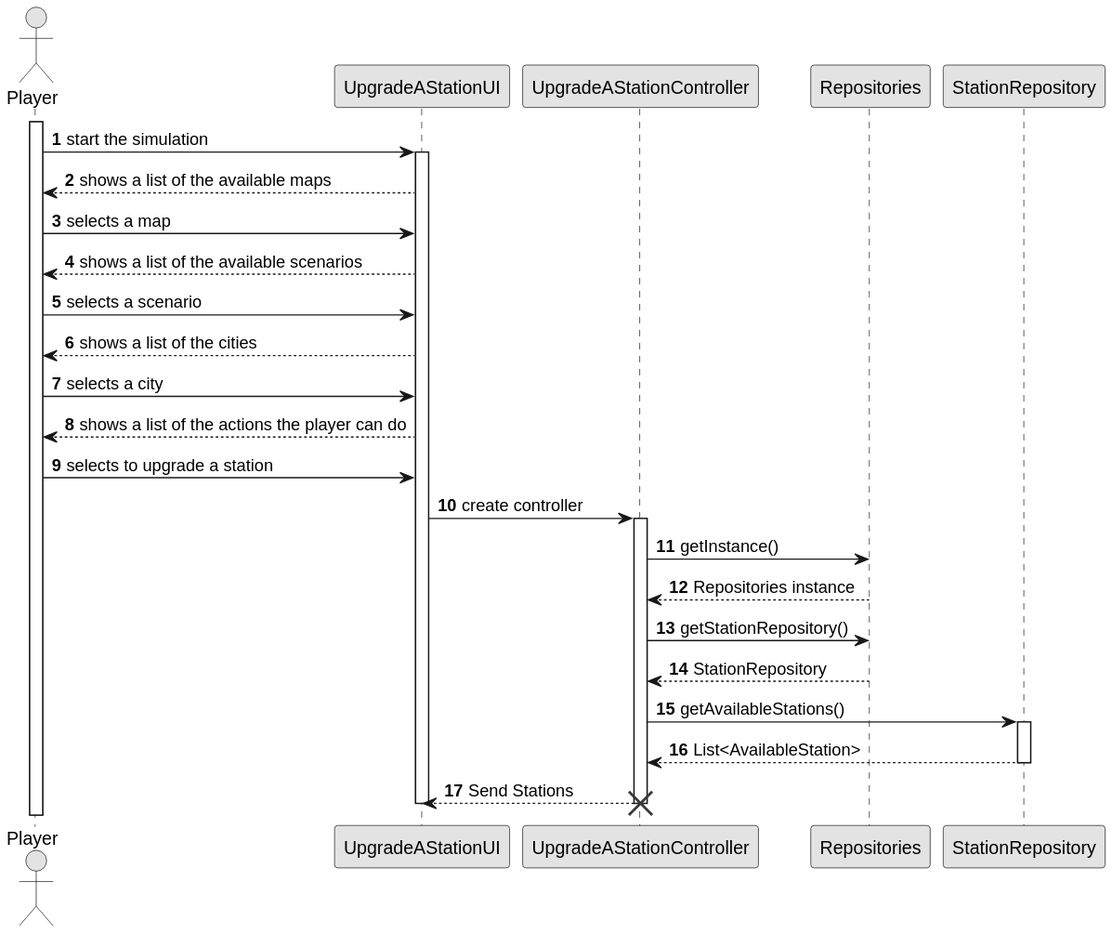
The PlantUML diagram docs/sprint2/us006/03.design/svg/us006-sequence-diagram-full.svg in ivasduarte/all-aboard, before a commit.
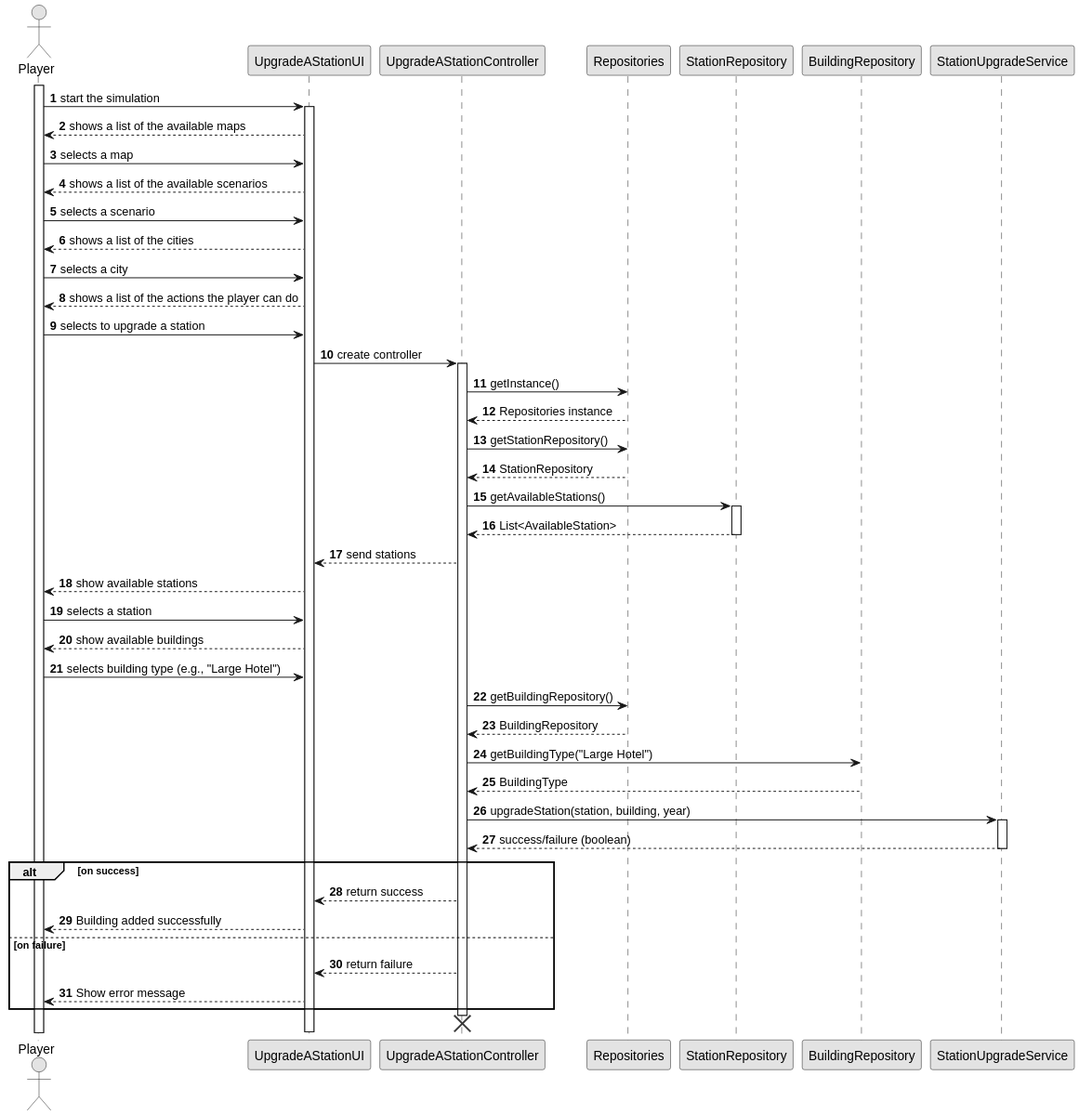
After the commit.

Change to the diagram source:
```diff
@@ -10,6 +10,8 @@
 participant "UpgradeAStationController" as CTRL
 participant "Repositories" as Repos
 participant "StationRepository" as Station_REPO
+participant "BuildingRepository" as Building_REPO
+participant "StationUpgradeService" as Service
 
 activate Player
 
@@ -39,7 +41,31 @@
 Station_REPO --> CTRL : List<AvailableStation>
 deactivate Station_REPO
 
-CTRL --> UI : Send Stations
+CTRL --> UI : send stations
+UI --> Player : show available stations
+Player -> UI : selects a station
+
+UI --> Player : show available buildings
+Player -> UI : selects building type (e.g., "Large Hotel")
+
+CTRL -> Repos : getBuildingRepository()
+Repos --> CTRL : BuildingRepository
+
+CTRL -> Building_REPO : getBuildingType("Large Hotel")
+Building_REPO --> CTRL : BuildingType
+
+CTRL -> Service : upgradeStation(station, building, year)
+activate Service
+Service --> CTRL : success/failure (boolean)
+deactivate Service
+
+alt on success
+  CTRL --> UI : return success
+  UI --> Player : Building added successfully
+else on failure
+  CTRL --> UI : return failure
+  UI --> Player : Show error message
+end
 
 destroy CTRL
 deactivate UI
```
